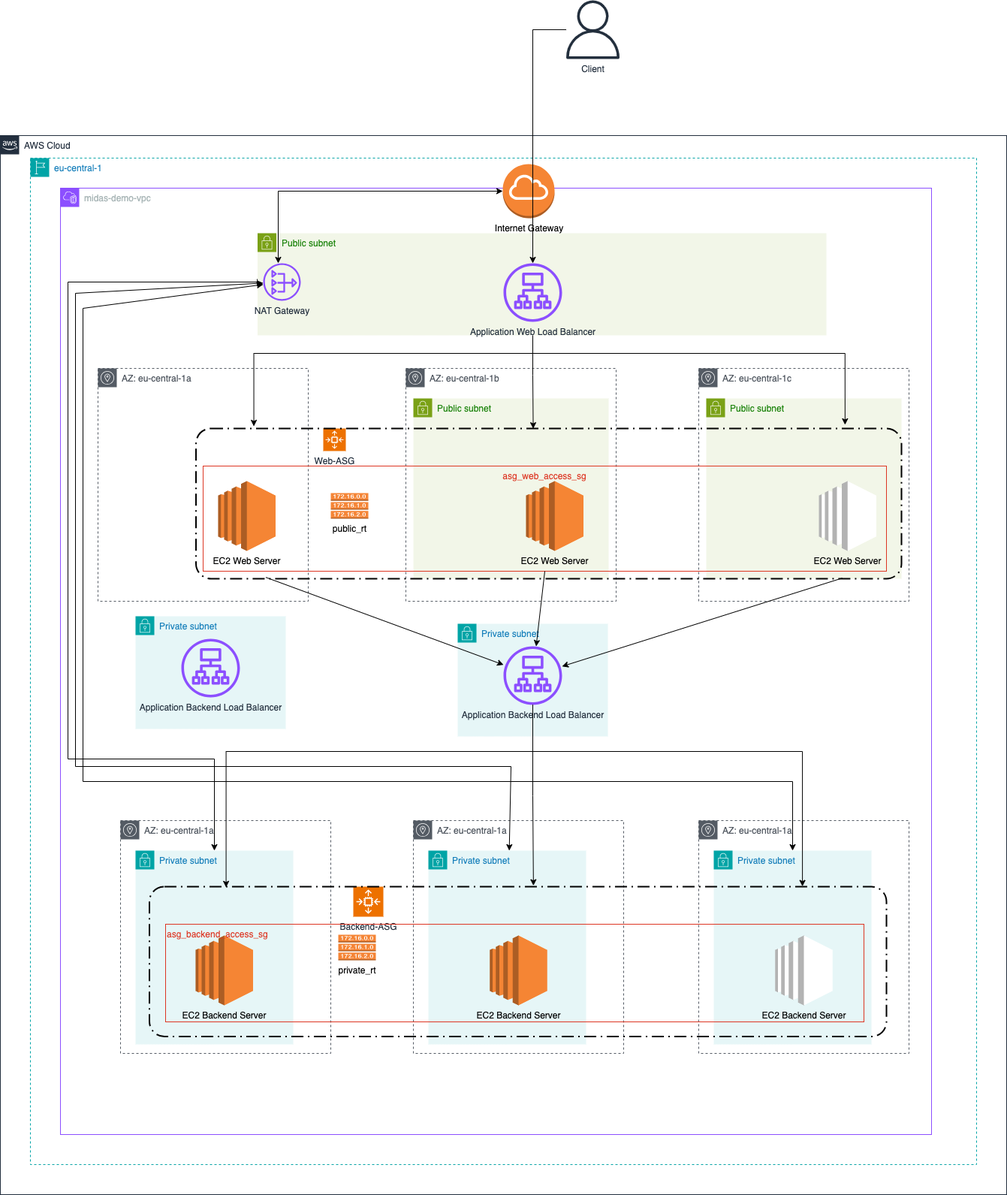
ErenSalman/midas-case keeps this draw.io diagram as AWS-Midas-Case-Architecture.png. Above is the earlier version. Source tidied: cells renumbered, new cells last; positions are measured from the earlier drawing's top-left corner, leaving out a move shared by most shapes.
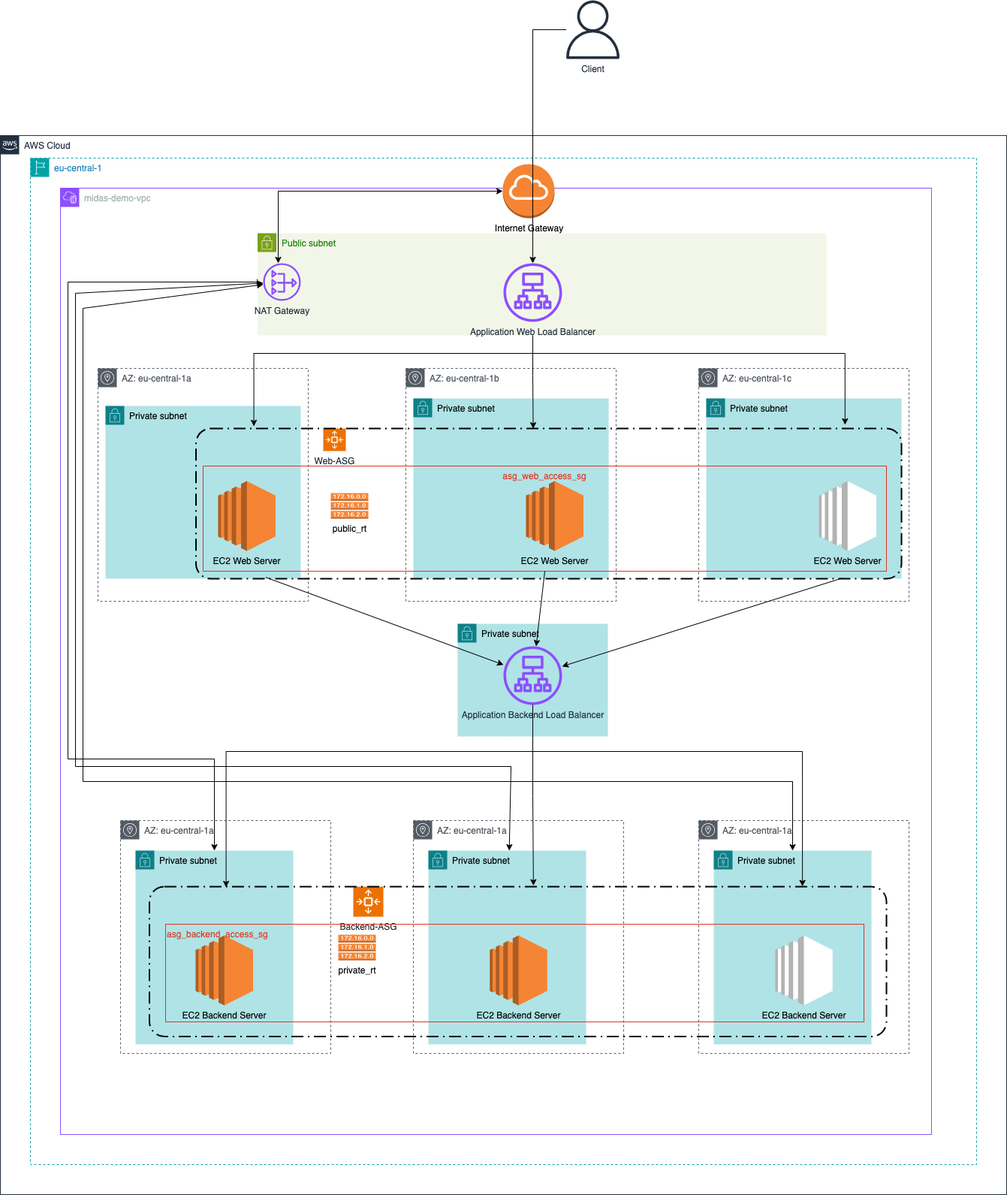
After the change.

Diff of the diagram source:
```diff
@@ -5,7 +5,7 @@
     <mxCell id="2" value="AWS Cloud" style="gradientColor=none;html=1;whiteSpace=wrap;fontSize=12;fontStyle=0;shape=mxgraph.aws4.group;grIcon=mxgraph.aws4.group_aws_cloud_alt;strokeColor=#232F3E;fillColor=none;verticalAlign=top;align=left;spacingLeft=30;fontColor=#232F3E;dashed=0;labelBackgroundColor=#ffffff;" parent="1" vertex="1">
       <mxGeometry y="180" width="1340" height="1410" as="geometry" />
     </mxCell>
-    <mxCell id="3" value="eu-central-1" style="gradientColor=none;html=1;whiteSpace=wrap;fontSize=12;fontStyle=0;shape=mxgraph.aws4.group;grIcon=mxgraph.aws4.group_region;strokeColor=#00A4A6;fillColor=none;verticalAlign=top;align=left;spacingLeft=30;fontColor=#147EBA;dashed=1;" parent="2" vertex="1">
+    <mxCell id="3" value="eu-central-1" style="gradientColor=none;html=1;whiteSpace=wrap;fontSize=12;fontStyle=0;shape=mxgraph.aws4.group;grIcon=mxgraph.aws4.group_region;strokeColor=#00A4A6;fillColor=none;verticalAlign=top;align=left;spacingLeft=30;fontColor=#147EBA;dashed=1;labelBackgroundColor=none;" parent="2" vertex="1">
       <mxGeometry x="40" y="30" width="1260" height="1340" as="geometry" />
     </mxCell>
     <mxCell id="4" value="midas-demo-vpc" style="gradientColor=none;html=1;whiteSpace=wrap;fontSize=12;fontStyle=0;shape=mxgraph.aws4.group;grIcon=mxgraph.aws4.group_vpc2;strokeColor=#8C4FFF;fillColor=none;verticalAlign=top;align=left;spacingLeft=30;fontColor=#AAB7B8;dashed=0;" parent="3" vertex="1">
@@ -14,13 +14,16 @@
     <mxCell id="5" value="AZ: eu-central-1a" style="sketch=0;gradientColor=none;html=1;whiteSpace=wrap;fontSize=12;fontStyle=0;shape=mxgraph.aws4.group;grIcon=mxgraph.aws4.group_availability_zone;strokeColor=#545B64;fillColor=none;verticalAlign=top;align=left;spacingLeft=30;fontColor=#545B64;dashed=1;" parent="4" vertex="1">
       <mxGeometry x="50" y="240" width="280" height="310" as="geometry" />
     </mxCell>
+    <mxCell id="47" value="Private subnet" style="html=1;whiteSpace=wrap;fontSize=12;fontStyle=0;shape=mxgraph.aws4.group;grIcon=mxgraph.aws4.group_security_group;grStroke=0;strokeColor=#0e8088;fillColor=#b0e3e6;verticalAlign=top;align=left;spacingLeft=30;dashed=0;" parent="4" vertex="1">
+      <mxGeometry x="60" y="290" width="260" height="230" as="geometry" />
+    </mxCell>
     <mxCell id="6" value="EC2 Web Server&lt;br&gt;" style="dashed=0;verticalLabelPosition=bottom;verticalAlign=top;align=center;html=1;shape=mxgraph.aws3.ec2;fillColor=#F58534;gradientColor=none;" parent="4" vertex="1">
       <mxGeometry x="210" y="390" width="76.5" height="93" as="geometry" />
     </mxCell>
     <mxCell id="7" value="AZ: eu-central-1b&lt;br&gt;" style="sketch=0;gradientColor=none;html=1;whiteSpace=wrap;fontSize=12;fontStyle=0;shape=mxgraph.aws4.group;grIcon=mxgraph.aws4.group_availability_zone;strokeColor=#545B64;fillColor=none;verticalAlign=top;align=left;spacingLeft=30;fontColor=#545B64;dashed=1;" parent="4" vertex="1">
       <mxGeometry x="460" y="240" width="280" height="310" as="geometry" />
     </mxCell>
-    <mxCell id="8" value="Public subnet" style="gradientColor=none;html=1;whiteSpace=wrap;fontSize=12;fontStyle=0;shape=mxgraph.aws4.group;grIcon=mxgraph.aws4.group_security_group;grStroke=0;strokeColor=#7AA116;fillColor=#F2F6E8;verticalAlign=top;align=left;spacingLeft=30;fontColor=#248814;dashed=0;" parent="4" vertex="1">
+    <mxCell id="8" value="Private&amp;nbsp;subnet" style="html=1;whiteSpace=wrap;fontSize=12;fontStyle=0;shape=mxgraph.aws4.group;grIcon=mxgraph.aws4.group_security_group;grStroke=0;strokeColor=#0e8088;fillColor=#b0e3e6;verticalAlign=top;align=left;spacingLeft=30;dashed=0;" parent="4" vertex="1">
       <mxGeometry x="470" y="280" width="260" height="240" as="geometry" />
     </mxCell>
     <mxCell id="9" value="EC2 Web Server&lt;br&gt;" style="dashed=0;verticalLabelPosition=bottom;verticalAlign=top;align=center;html=1;shape=mxgraph.aws3.ec2;fillColor=#F58534;gradientColor=none;" parent="8" vertex="1">
@@ -29,7 +32,7 @@
     <mxCell id="10" value="AZ: eu-central-1c" style="sketch=0;gradientColor=none;html=1;whiteSpace=wrap;fontSize=12;fontStyle=0;shape=mxgraph.aws4.group;grIcon=mxgraph.aws4.group_availability_zone;strokeColor=#545B64;fillColor=none;verticalAlign=top;align=left;spacingLeft=30;fontColor=#545B64;dashed=1;" parent="4" vertex="1">
       <mxGeometry x="850" y="240" width="280" height="310" as="geometry" />
     </mxCell>
-    <mxCell id="11" value="Public subnet" style="gradientColor=none;html=1;whiteSpace=wrap;fontSize=12;fontStyle=0;shape=mxgraph.aws4.group;grIcon=mxgraph.aws4.group_security_group;grStroke=0;strokeColor=#7AA116;fillColor=#F2F6E8;verticalAlign=top;align=left;spacingLeft=30;fontColor=#248814;dashed=0;" parent="4" vertex="1">
+    <mxCell id="11" value="Private subnet" style="html=1;whiteSpace=wrap;fontSize=12;fontStyle=0;shape=mxgraph.aws4.group;grIcon=mxgraph.aws4.group_security_group;grStroke=0;strokeColor=#0e8088;fillColor=#b0e3e6;verticalAlign=top;align=left;spacingLeft=30;dashed=0;" parent="4" vertex="1">
       <mxGeometry x="860" y="280" width="260" height="240" as="geometry" />
     </mxCell>
     <mxCell id="12" value="EC2 Web Server&lt;br&gt;" style="dashed=0;verticalLabelPosition=bottom;verticalAlign=top;align=center;html=1;shape=mxgraph.aws3.ec2;shadow=0;" parent="4" vertex="1">
@@ -63,7 +66,7 @@
     <mxCell id="18" value="asg_web_access_sg" style="fillColor=none;strokeColor=#DD3522;verticalAlign=top;fontStyle=0;fontColor=#DD3522;whiteSpace=wrap;html=1;" parent="4" vertex="1">
       <mxGeometry x="190" y="370" width="910" height="140" as="geometry" />
     </mxCell>
-    <mxCell id="19" value="Private subnet" style="gradientColor=none;html=1;whiteSpace=wrap;fontSize=12;fontStyle=0;shape=mxgraph.aws4.group;grIcon=mxgraph.aws4.group_security_group;grStroke=0;strokeColor=#00A4A6;fillColor=#E6F6F7;verticalAlign=top;align=left;spacingLeft=30;fontColor=#147EBA;dashed=0;" parent="4" vertex="1">
+    <mxCell id="19" value="Private subnet" style="html=1;whiteSpace=wrap;fontSize=12;fontStyle=0;shape=mxgraph.aws4.group;grIcon=mxgraph.aws4.group_security_group;grStroke=0;strokeColor=#0e8088;fillColor=#b0e3e6;verticalAlign=top;align=left;spacingLeft=30;dashed=0;" parent="4" vertex="1">
       <mxGeometry x="529" y="580" width="200" height="150" as="geometry" />
     </mxCell>
     <mxCell id="20" value="Application Backend&amp;nbsp;Load Balancer" style="sketch=0;outlineConnect=0;fontColor=#232F3E;gradientColor=none;fillColor=#8C4FFF;strokeColor=none;dashed=0;verticalLabelPosition=bottom;verticalAlign=top;align=center;html=1;fontSize=12;fontStyle=0;shape=mxgraph.aws4.application_load_balancer;" parent="19" vertex="1">
@@ -72,7 +75,7 @@
     <mxCell id="21" value="AZ: eu-central-1a" style="sketch=0;gradientColor=none;html=1;whiteSpace=wrap;fontSize=12;fontStyle=0;shape=mxgraph.aws4.group;grIcon=mxgraph.aws4.group_availability_zone;strokeColor=#545B64;fillColor=none;verticalAlign=top;align=left;spacingLeft=30;fontColor=#545B64;dashed=1;" parent="4" vertex="1">
       <mxGeometry x="80" y="842" width="280" height="310" as="geometry" />
     </mxCell>
-    <mxCell id="22" value="Private subnet" style="points=[[0,0],[0.25,0],[0.5,0],[0.75,0],[1,0],[1,0.25],[1,0.5],[1,0.75],[1,1],[0.75,1],[0.5,1],[0.25,1],[0,1],[0,0.75],[0,0.5],[0,0.25]];outlineConnect=0;gradientColor=none;html=1;whiteSpace=wrap;fontSize=12;fontStyle=0;shape=mxgraph.aws4.group;grIcon=mxgraph.aws4.group_security_group;grStroke=0;strokeColor=#00A4A6;fillColor=#E6F6F7;verticalAlign=top;align=left;spacingLeft=30;fontColor=#147EBA;dashed=0;" parent="4" vertex="1">
+    <mxCell id="22" value="Private subnet" style="points=[[0,0],[0.25,0],[0.5,0],[0.75,0],[1,0],[1,0.25],[1,0.5],[1,0.75],[1,1],[0.75,1],[0.5,1],[0.25,1],[0,1],[0,0.75],[0,0.5],[0,0.25]];outlineConnect=0;html=1;whiteSpace=wrap;fontSize=12;fontStyle=0;shape=mxgraph.aws4.group;grIcon=mxgraph.aws4.group_security_group;grStroke=0;strokeColor=#0e8088;fillColor=#b0e3e6;verticalAlign=top;align=left;spacingLeft=30;dashed=0;" parent="4" vertex="1">
       <mxGeometry x="100" y="882" width="210" height="258" as="geometry" />
     </mxCell>
     <mxCell id="23" value="EC2 Backend Server" style="dashed=0;verticalLabelPosition=bottom;verticalAlign=top;align=center;html=1;shape=mxgraph.aws3.ec2;fillColor=#F58534;gradientColor=none;" parent="4" vertex="1">
@@ -81,7 +84,7 @@
     <mxCell id="24" value="AZ: eu-central-1a" style="sketch=0;gradientColor=none;html=1;whiteSpace=wrap;fontSize=12;fontStyle=0;shape=mxgraph.aws4.group;grIcon=mxgraph.aws4.group_availability_zone;strokeColor=#545B64;fillColor=none;verticalAlign=top;align=left;spacingLeft=30;fontColor=#545B64;dashed=1;" parent="4" vertex="1">
       <mxGeometry x="470" y="842" width="280" height="310" as="geometry" />
     </mxCell>
-    <mxCell id="25" value="Private subnet" style="points=[[0,0],[0.25,0],[0.5,0],[0.75,0],[1,0],[1,0.25],[1,0.5],[1,0.75],[1,1],[0.75,1],[0.5,1],[0.25,1],[0,1],[0,0.75],[0,0.5],[0,0.25]];outlineConnect=0;gradientColor=none;html=1;whiteSpace=wrap;fontSize=12;fontStyle=0;shape=mxgraph.aws4.group;grIcon=mxgraph.aws4.group_security_group;grStroke=0;strokeColor=#00A4A6;fillColor=#E6F6F7;verticalAlign=top;align=left;spacingLeft=30;fontColor=#147EBA;dashed=0;" parent="4" vertex="1">
+    <mxCell id="25" value="Private subnet" style="points=[[0,0],[0.25,0],[0.5,0],[0.75,0],[1,0],[1,0.25],[1,0.5],[1,0.75],[1,1],[0.75,1],[0.5,1],[0.25,1],[0,1],[0,0.75],[0,0.5],[0,0.25]];outlineConnect=0;html=1;whiteSpace=wrap;fontSize=12;fontStyle=0;shape=mxgraph.aws4.group;grIcon=mxgraph.aws4.group_security_group;grStroke=0;strokeColor=#0e8088;fillColor=#b0e3e6;verticalAlign=top;align=left;spacingLeft=30;dashed=0;" parent="4" vertex="1">
       <mxGeometry x="490" y="882" width="210" height="258" as="geometry" />
     </mxCell>
     <mxCell id="26" value="EC2 Backend Server" style="dashed=0;verticalLabelPosition=bottom;verticalAlign=top;align=center;html=1;shape=mxgraph.aws3.ec2;fillColor=#F58534;gradientColor=none;" parent="4" vertex="1">
@@ -90,7 +93,7 @@
     <mxCell id="27" value="AZ: eu-central-1a" style="sketch=0;gradientColor=none;html=1;whiteSpace=wrap;fontSize=12;fontStyle=0;shape=mxgraph.aws4.group;grIcon=mxgraph.aws4.group_availability_zone;strokeColor=#545B64;fillColor=none;verticalAlign=top;align=left;spacingLeft=30;fontColor=#545B64;dashed=1;" parent="4" vertex="1">
       <mxGeometry x="850" y="842" width="280" height="310" as="geometry" />
     </mxCell>
-    <mxCell id="28" value="Private subnet" style="points=[[0,0],[0.25,0],[0.5,0],[0.75,0],[1,0],[1,0.25],[1,0.5],[1,0.75],[1,1],[0.75,1],[0.5,1],[0.25,1],[0,1],[0,0.75],[0,0.5],[0,0.25]];outlineConnect=0;gradientColor=none;html=1;whiteSpace=wrap;fontSize=12;fontStyle=0;shape=mxgraph.aws4.group;grIcon=mxgraph.aws4.group_security_group;grStroke=0;strokeColor=#00A4A6;fillColor=#E6F6F7;verticalAlign=top;align=left;spacingLeft=30;fontColor=#147EBA;dashed=0;" parent="4" vertex="1">
+    <mxCell id="28" value="Private subnet" style="points=[[0,0],[0.25,0],[0.5,0],[0.75,0],[1,0],[1,0.25],[1,0.5],[1,0.75],[1,1],[0.75,1],[0.5,1],[0.25,1],[0,1],[0,0.75],[0,0.5],[0,0.25]];outlineConnect=0;html=1;whiteSpace=wrap;fontSize=12;fontStyle=0;shape=mxgraph.aws4.group;grIcon=mxgraph.aws4.group_security_group;grStroke=0;strokeColor=#0e8088;fillColor=#b0e3e6;verticalAlign=top;align=left;spacingLeft=30;dashed=0;" parent="4" vertex="1">
       <mxGeometry x="870" y="882" width="210" height="258" as="geometry" />
     </mxCell>
     <mxCell id="29" value="EC2 Backend Server" style="dashed=0;verticalLabelPosition=bottom;verticalAlign=top;align=center;html=1;shape=mxgraph.aws3.ec2;" parent="28" vertex="1">
@@ -175,12 +178,6 @@
         </Array>
       </mxGeometry>
     </mxCell>
-    <mxCell id="47" value="Private subnet" style="gradientColor=none;html=1;whiteSpace=wrap;fontSize=12;fontStyle=0;shape=mxgraph.aws4.group;grIcon=mxgraph.aws4.group_security_group;grStroke=0;strokeColor=#00A4A6;fillColor=#E6F6F7;verticalAlign=top;align=left;spacingLeft=30;fontColor=#147EBA;dashed=0;" parent="4" vertex="1">
-      <mxGeometry x="100" y="570" width="200" height="150" as="geometry" />
-    </mxCell>
-    <mxCell id="48" value="Application Backend&amp;nbsp;Load Balancer" style="sketch=0;fontColor=#232F3E;gradientColor=none;fillColor=#8C4FFF;strokeColor=none;dashed=0;verticalLabelPosition=bottom;verticalAlign=top;align=center;html=1;fontSize=12;fontStyle=0;shape=mxgraph.aws4.application_load_balancer;" parent="47" vertex="1">
-      <mxGeometry x="61" y="30" width="78" height="78" as="geometry" />
-    </mxCell>
     <mxCell id="49" value="Internet Gateway&lt;br&gt;" style="outlineConnect=0;dashed=0;verticalLabelPosition=bottom;verticalAlign=top;align=center;html=1;shape=mxgraph.aws3.internet_gateway;fillColor=#F58534;gradientColor=none;" parent="3" vertex="1">
       <mxGeometry x="629" y="8" width="69" height="72" as="geometry" />
     </mxCell>
```
